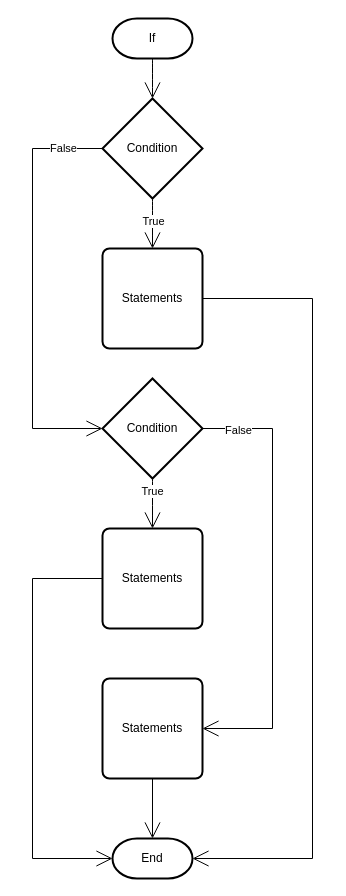
Earlier version of the draw.io diagram Untitled Diagram.drawio (rald/flowchart). Source tidied: cells renumbered, new cells numbered last; positions are measured from the earlier drawing's top-left corner, leaving out a move shared by most shapes. Both pictures are drawn from the tidied source at 100%, with x=0, y=0 at pixel (32, 18).
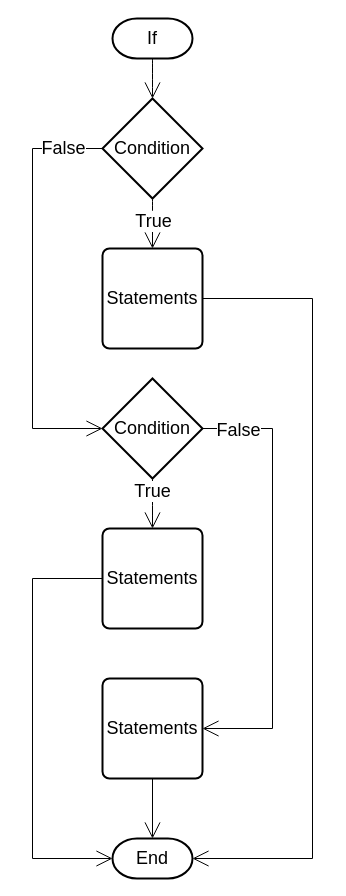
After the change.

Diff of the diagram source:
```diff
@@
-    <mxCell id="2" value="If" style="strokeWidth=2;html=1;shape=mxgraph.flowchart.terminator;whiteSpace=wrap;hachureGap=4;" parent="1" vertex="1">
+    <mxCell id="2" value="If" style="strokeWidth=2;html=1;shape=mxgraph.flowchart.terminator;whiteSpace=wrap;hachureGap=4;fontSize=18;" parent="1" vertex="1">
       <mxGeometry x="80" width="80" height="40" as="geometry" />
     </mxCell>
-    <mxCell id="3" style="edgeStyle=none;jettySize=auto;html=1;rounded=0;endArrow=open;startSize=14;endSize=14;sourcePerimeterSpacing=8;targetPerimeterSpacing=8;curved=1;exitX=0.5;exitY=1;exitDx=0;exitDy=0;exitPerimeter=0;" parent="1" edge="1" source="2">
+    <mxCell id="3" style="edgeStyle=none;jettySize=auto;html=1;rounded=0;endArrow=open;startSize=14;endSize=14;sourcePerimeterSpacing=8;targetPerimeterSpacing=8;curved=1;exitX=0.5;exitY=1;exitDx=0;exitDy=0;exitPerimeter=0;fontSize=18;" parent="1" edge="1" source="2">
       <mxGeometry relative="1" as="geometry">
         <mxPoint x="120" y="80" as="targetPoint" />
       </mxGeometry>
     </mxCell>
-    <mxCell id="4" value="Condition" style="strokeWidth=2;html=1;shape=mxgraph.flowchart.decision;whiteSpace=wrap;hachureGap=4;" parent="1" vertex="1">
+    <mxCell id="4" value="Condition" style="strokeWidth=2;html=1;shape=mxgraph.flowchart.decision;whiteSpace=wrap;hachureGap=4;fontSize=18;" parent="1" vertex="1">
       <mxGeometry x="70" y="80" width="100" height="100" as="geometry" />
     </mxCell>
-    <mxCell id="5" value="Statements" style="rounded=1;whiteSpace=wrap;html=1;absoluteArcSize=1;arcSize=14;strokeWidth=2;hachureGap=4;" parent="1" vertex="1">
+    <mxCell id="5" value="Statements" style="rounded=1;whiteSpace=wrap;html=1;absoluteArcSize=1;arcSize=14;strokeWidth=2;hachureGap=4;fontSize=18;" parent="1" vertex="1">
       <mxGeometry x="70" y="230" width="100" height="100" as="geometry" />
     </mxCell>
-    <mxCell id="6" style="edgeStyle=none;jettySize=auto;html=1;rounded=0;endArrow=open;startSize=14;endSize=14;sourcePerimeterSpacing=8;targetPerimeterSpacing=8;curved=1;exitX=0.5;exitY=1;exitDx=0;exitDy=0;exitPerimeter=0;entryX=0.5;entryY=0;entryDx=0;entryDy=0;" parent="1" edge="1" source="4" target="5">
+    <mxCell id="6" style="edgeStyle=none;jettySize=auto;html=1;rounded=0;endArrow=open;startSize=14;endSize=14;sourcePerimeterSpacing=8;targetPerimeterSpacing=8;curved=1;exitX=0.5;exitY=1;exitDx=0;exitDy=0;exitPerimeter=0;entryX=0.5;entryY=0;entryDx=0;entryDy=0;fontSize=18;" parent="1" edge="1" source="4" target="5">
       <mxGeometry relative="1" as="geometry" />
     </mxCell>
-    <mxCell id="7" value="True" style="edgeLabel;html=1;align=center;verticalAlign=middle;" parent="6" vertex="1">
+    <mxCell id="7" value="True" style="edgeLabel;html=1;align=center;verticalAlign=middle;fontSize=18;" parent="6" vertex="1">
       <mxGeometry x="-0.12" relative="1" as="geometry" />
     </mxCell>
-    <mxCell id="8" value="Condition" style="strokeWidth=2;html=1;shape=mxgraph.flowchart.decision;whiteSpace=wrap;hachureGap=4;" parent="1" vertex="1">
+    <mxCell id="8" value="Condition" style="strokeWidth=2;html=1;shape=mxgraph.flowchart.decision;whiteSpace=wrap;hachureGap=4;fontSize=18;" parent="1" vertex="1">
       <mxGeometry x="70" y="360" width="100" height="100" as="geometry" />
     </mxCell>
-    <mxCell id="9" value="Statements" style="rounded=1;whiteSpace=wrap;html=1;absoluteArcSize=1;arcSize=14;strokeWidth=2;hachureGap=4;" parent="1" vertex="1">
+    <mxCell id="9" value="Statements" style="rounded=1;whiteSpace=wrap;html=1;absoluteArcSize=1;arcSize=14;strokeWidth=2;hachureGap=4;fontSize=18;" parent="1" vertex="1">
       <mxGeometry x="70" y="510" width="100" height="100" as="geometry" />
     </mxCell>
-    <mxCell id="10" style="edgeStyle=none;jettySize=auto;html=1;rounded=0;endArrow=open;startSize=14;endSize=14;sourcePerimeterSpacing=8;targetPerimeterSpacing=8;curved=1;exitX=0.5;exitY=1;exitDx=0;exitDy=0;exitPerimeter=0;entryX=0.5;entryY=0;entryDx=0;entryDy=0;" parent="1" edge="1" source="8" target="9">
+    <mxCell id="10" style="edgeStyle=none;jettySize=auto;html=1;rounded=0;endArrow=open;startSize=14;endSize=14;sourcePerimeterSpacing=8;targetPerimeterSpacing=8;curved=1;exitX=0.5;exitY=1;exitDx=0;exitDy=0;exitPerimeter=0;entryX=0.5;entryY=0;entryDx=0;entryDy=0;fontSize=18;" parent="1" edge="1" source="8" target="9">
       <mxGeometry relative="1" as="geometry" />
     </mxCell>
-    <mxCell id="11" value="True" style="edgeLabel;html=1;align=center;verticalAlign=middle;" parent="10" vertex="1">
+    <mxCell id="11" value="True" style="edgeLabel;html=1;align=center;verticalAlign=middle;fontSize=18;" parent="10" vertex="1">
       <mxGeometry x="-0.53" y="-1" relative="1" as="geometry" />
     </mxCell>
-    <mxCell id="12" style="edgeStyle=none;jettySize=auto;html=1;rounded=0;endArrow=open;startSize=14;endSize=14;sourcePerimeterSpacing=8;targetPerimeterSpacing=8;exitX=0;exitY=0.5;exitDx=0;exitDy=0;exitPerimeter=0;entryX=0;entryY=0.5;entryDx=0;entryDy=0;entryPerimeter=0;" parent="1" edge="1" source="4" target="8">
+    <mxCell id="12" style="edgeStyle=none;jettySize=auto;html=1;rounded=0;endArrow=open;startSize=14;endSize=14;sourcePerimeterSpacing=8;targetPerimeterSpacing=8;exitX=0;exitY=0.5;exitDx=0;exitDy=0;exitPerimeter=0;entryX=0;entryY=0.5;entryDx=0;entryDy=0;entryPerimeter=0;fontSize=18;" parent="1" edge="1" source="4" target="8">
       <mxGeometry relative="1" as="geometry">
         <Array as="points">
           <mxPoint y="130" />
           <mxPoint y="410" />
         </Array>
       </mxGeometry>
     </mxCell>
-    <mxCell id="13" value="False" style="edgeLabel;html=1;align=center;verticalAlign=middle;" parent="12" vertex="1">
+    <mxCell id="13" value="False" style="edgeLabel;html=1;align=center;verticalAlign=middle;fontSize=18;" parent="12" vertex="1">
       <mxGeometry x="-0.81" y="-1" relative="1" as="geometry" />
     </mxCell>
-    <mxCell id="14" value="Statements" style="rounded=1;whiteSpace=wrap;html=1;absoluteArcSize=1;arcSize=14;strokeWidth=2;hachureGap=4;" parent="1" vertex="1">
+    <mxCell id="14" value="Statements" style="rounded=1;whiteSpace=wrap;html=1;absoluteArcSize=1;arcSize=14;strokeWidth=2;hachureGap=4;fontSize=18;" parent="1" vertex="1">
       <mxGeometry x="70" y="660" width="100" height="100" as="geometry" />
     </mxCell>
-    <mxCell id="15" style="edgeStyle=none;jettySize=auto;html=1;rounded=0;endArrow=open;startSize=14;endSize=14;sourcePerimeterSpacing=8;targetPerimeterSpacing=8;entryX=1;entryY=0.5;entryDx=0;entryDy=0;" parent="1" edge="1" target="14">
+    <mxCell id="15" style="edgeStyle=none;jettySize=auto;html=1;rounded=0;endArrow=open;startSize=14;endSize=14;sourcePerimeterSpacing=8;targetPerimeterSpacing=8;entryX=1;entryY=0.5;entryDx=0;entryDy=0;fontSize=18;" parent="1" edge="1" target="14">
       <mxGeometry relative="1" as="geometry">
         <mxPoint x="170" y="410" as="sourcePoint" />
         <Array as="points">
           <mxPoint x="240" y="410" />
           <mxPoint x="240" y="710" />
         </Array>
       </mxGeometry>
     </mxCell>
-    <mxCell id="16" value="False" style="edgeLabel;html=1;align=center;verticalAlign=middle;" parent="15" vertex="1">
+    <mxCell id="16" value="False" style="edgeLabel;html=1;align=center;verticalAlign=middle;fontSize=18;" parent="15" vertex="1">
       <mxGeometry x="-0.84" y="-1" relative="1" as="geometry" />
     </mxCell>
-    <mxCell id="17" value="End" style="strokeWidth=2;html=1;shape=mxgraph.flowchart.terminator;whiteSpace=wrap;hachureGap=4;" parent="1" vertex="1">
+    <mxCell id="17" value="End" style="strokeWidth=2;html=1;shape=mxgraph.flowchart.terminator;whiteSpace=wrap;hachureGap=4;fontSize=18;" parent="1" vertex="1">
       <mxGeometry x="80" y="820" width="80" height="40" as="geometry" />
     </mxCell>
-    <mxCell id="18" style="edgeStyle=none;jettySize=auto;html=1;rounded=0;endArrow=open;startSize=14;endSize=14;sourcePerimeterSpacing=8;targetPerimeterSpacing=8;exitX=0.5;exitY=1;exitDx=0;exitDy=0;entryX=0.5;entryY=0;entryDx=0;entryDy=0;entryPerimeter=0;" parent="1" edge="1" source="14" target="17">
+    <mxCell id="18" style="edgeStyle=none;jettySize=auto;html=1;rounded=0;endArrow=open;startSize=14;endSize=14;sourcePerimeterSpacing=8;targetPerimeterSpacing=8;exitX=0.5;exitY=1;exitDx=0;exitDy=0;entryX=0.5;entryY=0;entryDx=0;entryDy=0;entryPerimeter=0;fontSize=18;" parent="1" edge="1" source="14" target="17">
       <mxGeometry relative="1" as="geometry" />
     </mxCell>
-    <mxCell id="19" style="edgeStyle=none;jettySize=auto;html=1;rounded=0;endArrow=open;startSize=14;endSize=14;sourcePerimeterSpacing=8;targetPerimeterSpacing=8;exitX=1;exitY=0.5;exitDx=0;exitDy=0;entryX=1;entryY=0.5;entryDx=0;entryDy=0;entryPerimeter=0;" parent="1" edge="1" source="5" target="17">
+    <mxCell id="19" style="edgeStyle=none;jettySize=auto;html=1;rounded=0;endArrow=open;startSize=14;endSize=14;sourcePerimeterSpacing=8;targetPerimeterSpacing=8;exitX=1;exitY=0.5;exitDx=0;exitDy=0;entryX=1;entryY=0.5;entryDx=0;entryDy=0;entryPerimeter=0;fontSize=18;" parent="1" edge="1" source="5" target="17">
       <mxGeometry relative="1" as="geometry">
         <Array as="points">
           <mxPoint x="280" y="280" />
           <mxPoint x="280" y="840" />
         </Array>
       </mxGeometry>
     </mxCell>
-    <mxCell id="20" style="edgeStyle=none;jettySize=auto;html=1;rounded=0;endArrow=open;startSize=14;endSize=14;sourcePerimeterSpacing=8;targetPerimeterSpacing=8;exitX=0;exitY=0.5;exitDx=0;exitDy=0;entryX=0;entryY=0.5;entryDx=0;entryDy=0;entryPerimeter=0;" parent="1" edge="1" source="9" target="17">
+    <mxCell id="20" style="edgeStyle=none;jettySize=auto;html=1;rounded=0;endArrow=open;startSize=14;endSize=14;sourcePerimeterSpacing=8;targetPerimeterSpacing=8;exitX=0;exitY=0.5;exitDx=0;exitDy=0;entryX=0;entryY=0.5;entryDx=0;entryDy=0;entryPerimeter=0;fontSize=18;" parent="1" edge="1" source="9" target="17">
       <mxGeometry relative="1" as="geometry">
         <Array as="points">
           <mxPoint y="560" />
           <mxPoint y="840" />
         </Array>
       </mxGeometry>
     </mxCell>
```
